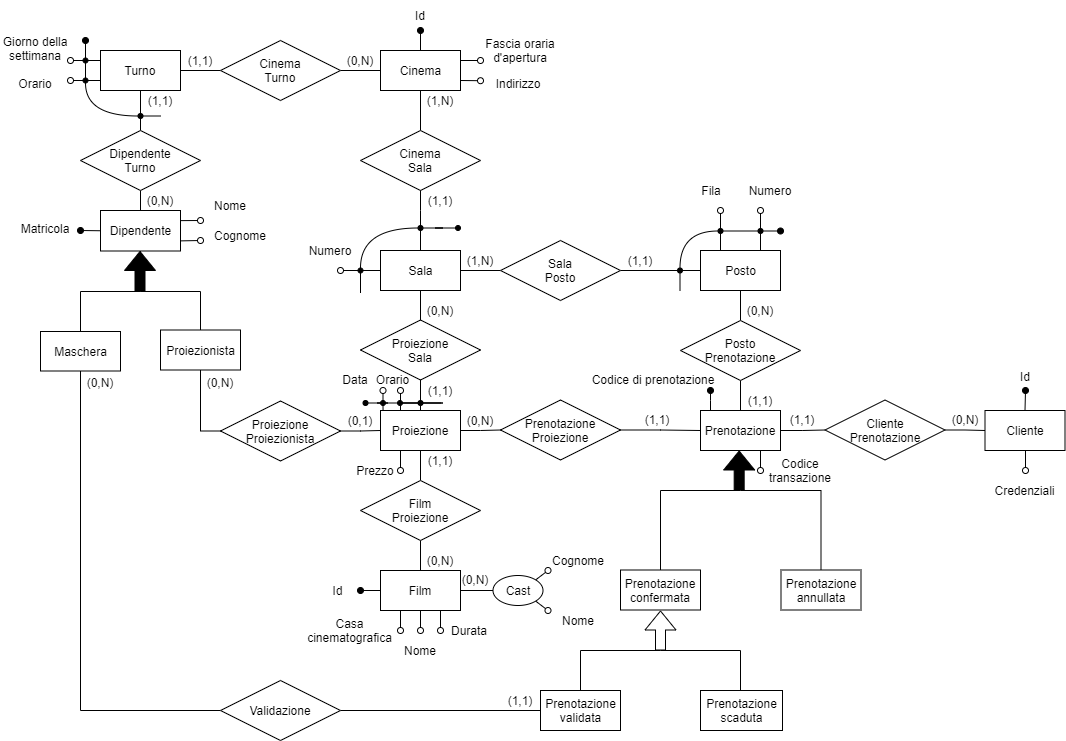
Earlier version of the draw.io export docs/media/er_diagrams/final-integration.png (buracchi/cinema-management-system). Source tidied: cells renumbered, new cells last; positions are measured from the earlier drawing's top-left corner, leaving out a move shared by most shapes.
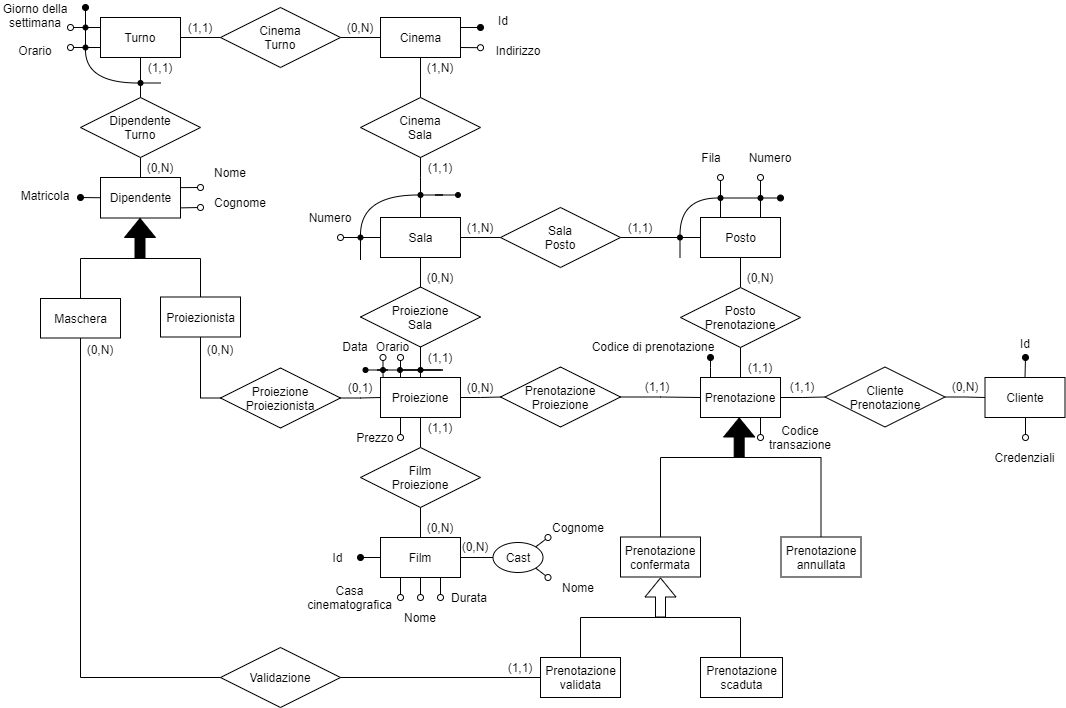
Above is the later version.

Diff of the diagram source:
```diff
@@ -5,14 +5,12 @@
     <mxCell id="2" style="jettySize=auto;html=1;exitX=0.5;exitY=1;exitDx=0;exitDy=0;entryX=0.5;entryY=0;entryDx=0;entryDy=0;endArrow=none;endFill=0;sketch=0;edgeStyle=orthogonalEdgeStyle;" parent="1" edge="1" source="6" target="11">
       <mxGeometry relative="1" as="geometry" />
     </mxCell>
-    <mxCell id="3" style="edgeStyle=orthogonalEdgeStyle;jettySize=auto;html=1;endArrow=oval;endFill=0;sketch=0;rounded=0;exitX=1;exitY=0.25;exitDx=0;exitDy=0;" parent="1" edge="1" source="6">
-      <mxGeometry relative="1" as="geometry">
-        <mxPoint x="480" y="60" as="targetPoint" />
-      </mxGeometry>
-    </mxCell>
-    <mxCell id="4" style="edgeStyle=none;rounded=0;jettySize=auto;html=1;endArrow=oval;endFill=1;strokeColor=#000000;fillColor=#FFFFFF;" parent="1" edge="1" source="6">
+    <mxCell id="4" style="edgeStyle=none;rounded=0;jettySize=auto;html=1;endArrow=oval;endFill=1;strokeColor=#000000;fillColor=#FFFFFF;exitX=1;exitY=0.25;exitDx=0;exitDy=0;" parent="1" edge="1" source="6">
       <mxGeometry relative="1" as="geometry">
-        <mxPoint x="420" y="30" as="targetPoint" />
+        <mxPoint x="480" y="60" as="targetPoint" />
+        <Array as="points">
+          <mxPoint x="480" y="60" />
+        </Array>
       </mxGeometry>
     </mxCell>
     <mxCell id="5" style="edgeStyle=none;rounded=0;jettySize=auto;html=1;exitX=1;exitY=0.75;exitDx=0;exitDy=0;endArrow=oval;endFill=0;strokeColor=#000000;fillColor=#FFFFFF;" parent="1" edge="1" source="6">
@@ -60,9 +58,6 @@
     <mxCell id="16" value="Posto" style="html=1;sketch=0;" parent="1" vertex="1">
       <mxGeometry x="700" y="250" width="80" height="40" as="geometry" />
     </mxCell>
-    <mxCell id="17" value="Fascia oraria d'apertura" style="text;html=1;strokeColor=none;fillColor=none;align=center;verticalAlign=middle;whiteSpace=wrap;sketch=0;" parent="1" vertex="1">
-      <mxGeometry x="480" y="40" width="80" height="20" as="geometry" />
-    </mxCell>
     <mxCell id="18" value="Numero" style="text;html=1;strokeColor=none;fillColor=none;align=center;verticalAlign=middle;whiteSpace=wrap;sketch=0;" parent="1" vertex="1">
       <mxGeometry x="310" y="240" width="40" height="20" as="geometry" />
     </mxCell>
@@ -502,7 +497,7 @@
       <mxGeometry x="325" y="579.5" width="25" height="20" as="geometry" />
     </mxCell>
     <mxCell id="134" value="Id" style="text;html=1;strokeColor=none;fillColor=none;align=center;verticalAlign=middle;whiteSpace=wrap;rounded=0;" parent="1" vertex="1">
-      <mxGeometry x="410" width="20" height="30" as="geometry" />
+      <mxGeometry x="492.5" y="37.5" width="20" height="30" as="geometry" />
     </mxCell>
     <mxCell id="135" value="Indirizzo" style="text;html=1;strokeColor=none;fillColor=none;align=center;verticalAlign=middle;whiteSpace=wrap;sketch=0;" parent="1" vertex="1">
       <mxGeometry x="488.8" y="72.5" width="57.5" height="20" as="geometry" />
```
